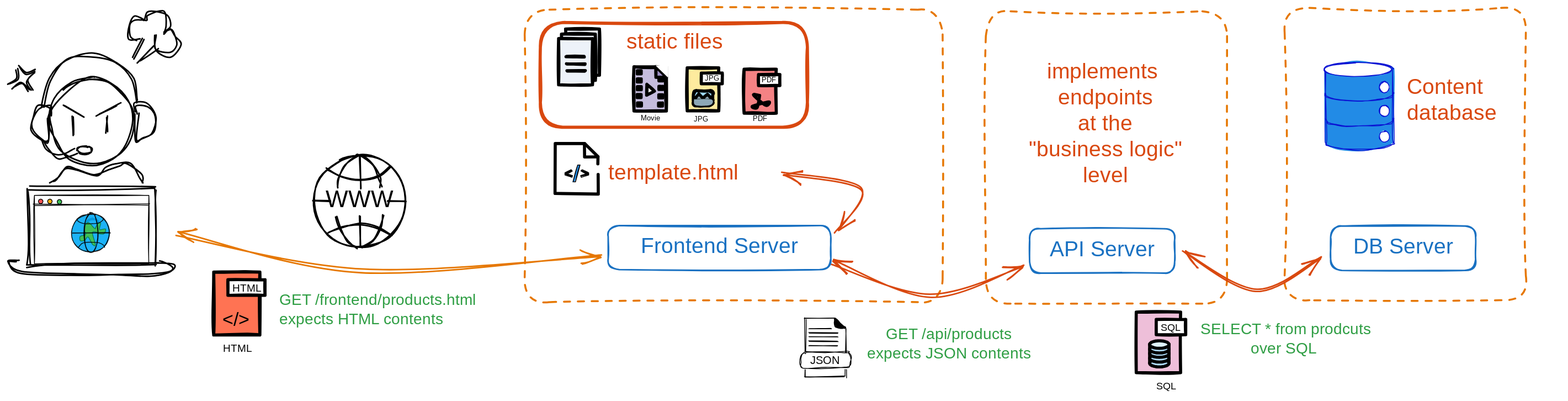
This is notebooks/media/site-html-api-db.excalidraw.svg from ue22-p25/backend, a Excalidraw export, as it was before one commit. Source tidied: one line per element, renumbered; positions are measured from the earlier drawing's top-left corner, leaving out a move shared by most shapes.
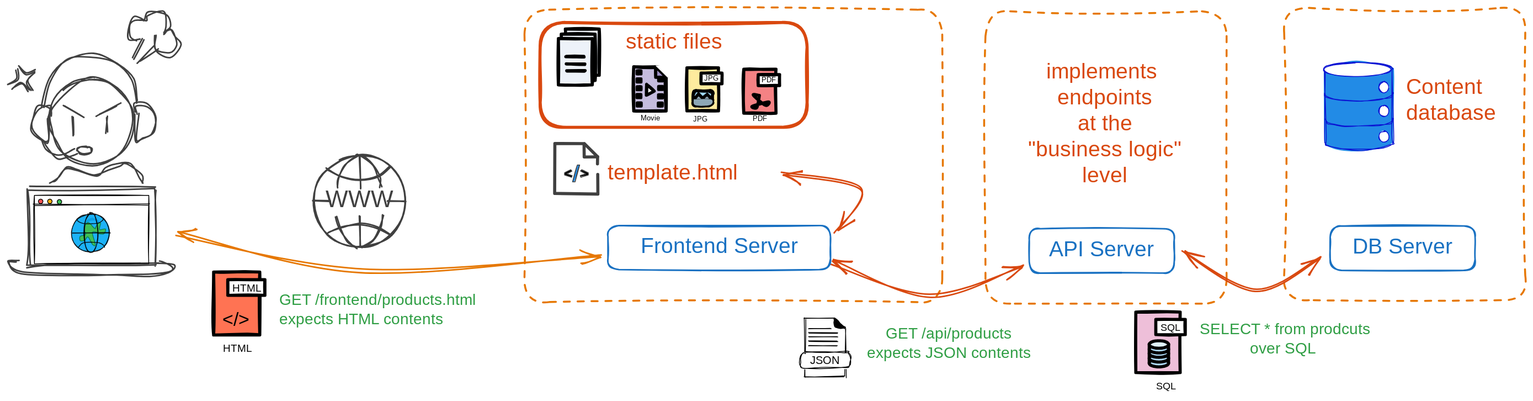
After the commit.

Diff of the diagram source:
```diff
@@ -1,24 +1,24 @@
-{"id": 0, "type": "ellipse", "strokeColor": "#000", "strokeWidth": 2, "roughness": 2, "round": true, "x": 55, "y": 91, "width": 108, "height": 112}
+{"id": 0, "type": "ellipse", "strokeColor": "#404040", "strokeWidth": 2, "roughness": 2, "round": true, "x": 55, "y": 92, "width": 108, "height": 112}
-{"id": 1, "type": "line", "strokeColor": "#000", "strokeWidth": 2, "roughness": 2, "round": true, "x": 55, "y": 140, "width": 25, "height": 44, "points": [[0, 0], [0, -13], [-14, -11], [-25, 5], [-22, 22], [-10, 30], [0, 31], [0, 0]]}
+{"id": 1, "type": "line", "strokeColor": "#404040", "strokeWidth": 2, "roughness": 2, "round": true, "x": 55, "y": 140, "width": 25, "height": 44, "points": [[0, 0], [0, -13], [-14, -11], [-25, 5], [-22, 22], [-10, 30], [0, 31], [0, 0]]}
-{"id": 2, "type": "line", "strokeColor": "#000", "strokeWidth": 2, "roughness": 2, "round": true, "x": 167, "y": 138, "width": 24, "height": 44, "points": [[0, 0], [0, -13], [14, -11], [24, 5], [22, 22], [10, 30], [0, 31], [0, 0]]}
+{"id": 2, "type": "line", "strokeColor": "#404040", "strokeWidth": 2, "roughness": 2, "round": true, "x": 167, "y": 138, "width": 24, "height": 44, "points": [[0, 0], [0, -13], [14, -11], [24, 5], [22, 22], [10, 30], [0, 31], [0, 0]]}
-{"id": 3, "type": "line", "strokeColor": "#000", "strokeWidth": 2, "roughness": 2, "round": true, "x": 47, "y": 127, "width": 122, "height": 64, "points": [[0, 0], [7, -33], [29, -58], [61, -64], [94, -58], [114, -37], [122, -3]]}
+{"id": 3, "type": "line", "strokeColor": "#404040", "strokeWidth": 2, "roughness": 2, "round": true, "x": 47, "y": 127, "width": 122, "height": 64, "points": [[0, 0], [7, -33], [29, -58], [61, -64], [94, -58], [114, -37], [122, -3]]}
-{"id": 4, "type": "line", "strokeColor": "#000", "strokeWidth": 2, "roughness": 2, "round": true, "x": 45, "y": 171, "width": 46, "height": 23, "points": [[0, 0], [6, 13], [17, 23], [32, 22], [46, 15]]}
+{"id": 4, "type": "line", "strokeColor": "#404040", "strokeWidth": 2, "roughness": 2, "round": true, "x": 45, "y": 171, "width": 46, "height": 23, "points": [[0, 0], [6, 13], [17, 23], [32, 22], [46, 15]]}
-{"id": 5, "type": "ellipse", "strokeColor": "#000", "strokeWidth": 2, "roughness": 2, "round": true, "x": 90, "y": 180, "width": 20, "height": 9}
+{"id": 5, "type": "ellipse", "strokeColor": "#404040", "strokeWidth": 2, "roughness": 2, "round": true, "x": 90, "y": 180, "width": 20, "height": 9}
-{"id": 6, "type": "rectangle", "strokeColor": "#000", "strokeWidth": 2, "roughness": 2, "x": 27, "y": 234, "width": 165, "height": 99}
+{"id": 6, "type": "rectangle", "strokeColor": "#404040", "strokeWidth": 2, "roughness": 2, "x": 27, "y": 234, "width": 165, "height": 99}
-{"id": 7, "type": "ellipse", "strokeColor": "#000", "strokeWidth": 2, "roughness": 2, "x": 102, "y": 273, "width": 16, "height": 16}
+{"id": 7, "type": "ellipse", "strokeColor": "#404040", "strokeWidth": 2, "roughness": 2, "x": 102, "y": 274, "width": 16, "height": 16}
-{"id": 8, "type": "line", "strokeColor": "#000", "strokeWidth": 2, "roughness": 2, "round": true, "x": 74, "y": 125, "width": 23, "height": 15, "points": [[0, 0], [23, 15]]}
+{"id": 8, "type": "line", "strokeColor": "#404040", "strokeWidth": 2, "roughness": 2, "round": true, "x": 74, "y": 126, "width": 23, "height": 15, "points": [[0, 0], [23, 15]]}
-{"id": 9, "type": "line", "strokeColor": "#000", "strokeWidth": 2, "roughness": 2, "round": true, "x": 116, "y": 140, "width": 27, "height": 16, "points": [[0, 0], [27, -16]]}
+{"id": 9, "type": "line", "strokeColor": "#404040", "strokeWidth": 2, "roughness": 2, "round": true, "x": 116, "y": 141, "width": 27, "height": 16, "points": [[0, 0], [27, -16]]}
-{"id": 10, "type": "line", "strokeColor": "#000", "strokeWidth": 2, "roughness": 2, "round": true, "x": 1, "y": 98, "width": 12, "height": 18, "points": [[0, 0], [12, -6], [11, -18]]}
+{"id": 10, "type": "line", "strokeColor": "#404040", "strokeWidth": 2, "roughness": 2, "round": true, "x": 1, "y": 98, "width": 12, "height": 18, "points": [[0, 0], [12, -6], [11, -18]]}
-{"id": 11, "type": "line", "strokeColor": "#000", "angle": 4.38, "strokeWidth": 2, "roughness": 2, "round": true, "x": 11, "y": 113, "width": 12, "height": 18, "points": [[0, 0], [12, -6], [11, -18]]}
+{"id": 11, "type": "line", "strokeColor": "#404040", "angle": 4.38, "strokeWidth": 2, "roughness": 2, "round": true, "x": 11, "y": 114, "width": 12, "height": 18, "points": [[0, 0], [12, -6], [11, -18]]}
-{"id": 12, "type": "line", "strokeColor": "#000", "angle": 2.77, "strokeWidth": 2, "roughness": 2, "round": true, "x": 27, "y": 105, "width": 12, "height": 18, "points": [[0, 0], [12, -6], [11, -18]]}
+{"id": 12, "type": "line", "strokeColor": "#404040", "angle": 2.77, "strokeWidth": 2, "roughness": 2, "round": true, "x": 27, "y": 105, "width": 12, "height": 18, "points": [[0, 0], [12, -6], [11, -18]]}
-{"id": 13, "type": "line", "strokeColor": "#000", "angle": 1.31, "strokeWidth": 2, "roughness": 2, "round": true, "x": 20, "y": 88, "width": 12, "height": 18, "points": [[0, 0], [12, -6], [11, -18]]}
+{"id": 13, "type": "line", "strokeColor": "#404040", "angle": 1.31, "strokeWidth": 2, "roughness": 2, "round": true, "x": 20, "y": 88, "width": 12, "height": 18, "points": [[0, 0], [12, -6], [11, -18]]}
-{"id": 14, "type": "line", "strokeColor": "#000", "strokeWidth": 2, "roughness": 2, "round": true, "x": 163, "y": 65, "width": 12, "height": 25, "points": [[0, 0], [12, -25]]}
+{"id": 14, "type": "line", "strokeColor": "#404040", "strokeWidth": 2, "roughness": 2, "round": true, "x": 163, "y": 65, "width": 12, "height": 25, "points": [[0, 0], [12, -25]]}
-{"id": 15, "type": "line", "strokeColor": "#000", "strokeWidth": 2, "roughness": 2, "round": true, "x": 171, "y": 72, "width": 21, "height": 23, "points": [[0, 0], [21, -23]]}
+{"id": 15, "type": "line", "strokeColor": "#404040", "strokeWidth": 2, "roughness": 2, "round": true, "x": 171, "y": 72, "width": 21, "height": 23, "points": [[0, 0], [21, -23]]}
-{"id": 16, "type": "line", "strokeColor": "#000", "strokeWidth": 2, "roughness": 2, "round": true, "x": 169, "y": 42, "width": 64, "height": 56, "points": [[0, 0], [-10, -5], [-12, -18], [-2, -27], [7, -26], [9, -25], [13, -34], [24, -38], [37, -32], [40, -19], [35, -11], [41, -13], [50, -7], [53, 8], [42, 18], [25, 12], [22, -4]]}
+{"id": 16, "type": "line", "strokeColor": "#404040", "strokeWidth": 2, "roughness": 2, "round": true, "x": 169, "y": 42, "width": 64, "height": 56, "points": [[0, 0], [-10, -5], [-12, -18], [-2, -27], [7, -26], [9, -25], [13, -34], [24, -38], [37, -32], [40, -19], [35, -11], [41, -13], [50, -7], [53, 8], [42, 18], [25, 12], [22, -4]]}
-{"id": 17, "type": "line", "strokeColor": "#000", "strokeWidth": 2, "roughness": 2, "round": true, "x": 85, "y": 141, "width": 0, "height": 24, "points": [[0, 0], [0, 24]]}
+{"id": 17, "type": "line", "strokeColor": "#404040", "strokeWidth": 2, "roughness": 2, "round": true, "x": 85, "y": 141, "width": 0, "height": 24, "points": [[0, 0], [0, 24]]}
-{"id": 18, "type": "line", "strokeColor": "#000", "strokeWidth": 2, "roughness": 2, "round": true, "x": 129, "y": 141, "width": 1, "height": 21, "points": [[0, 0], [-1, 21]]}
+{"id": 18, "type": "line", "strokeColor": "#404040", "strokeWidth": 2, "roughness": 2, "round": true, "x": 129, "y": 141, "width": 1, "height": 21, "points": [[0, 0], [-1, 21]]}
-{"id": 19, "type": "line", "strokeColor": "#000", "strokeWidth": 2, "roughness": 2, "round": true, "x": 56, "y": 225, "width": 120, "height": 25, "points": [[0, 0], [11, -6], [21, -19], [35, -14], [58, -10], [74, -15], [88, -22], [99, -25], [116, -9], [120, -1]]}
+{"id": 19, "type": "line", "strokeColor": "#404040", "strokeWidth": 2, "roughness": 2, "round": true, "x": 56, "y": 225, "width": 120, "height": 25, "points": [[0, 0], [11, -6], [21, -19], [35, -14], [58, -10], [74, -15], [88, -22], [99, -25], [116, -9], [120, -1]]}
-{"id": 20, "type": "line", "strokeColor": "#000", "strokeWidth": 2, "roughness": 2, "round": true, "x": 193, "y": 330, "width": 216, "height": 20, "points": [[0, 0], [23, 2], [19, 13], [-6, 13], [-51, 15], [-101, 14], [-174, 12], [-193, 0], [-180, -5]]}
+{"id": 20, "type": "line", "strokeColor": "#404040", "strokeWidth": 2, "roughness": 2, "round": true, "x": 193, "y": 331, "width": 216, "height": 20, "points": [[0, 0], [23, 2], [19, 13], [-6, 13], [-51, 15], [-101, 14], [-174, 12], [-193, 0], [-180, -5]]}
 {"id": 21, "type": "rectangle", "strokeColor": "#000000", "strokeWidth": 1, "roughness": 1, "x": 35, "y": 242, "width": 148, "height": 89}
 {"id": 22, "type": "line", "strokeColor": "#000000", "strokeWidth": 1, "roughness": 1, "round": true, "x": 34, "y": 255, "width": 149, "height": 0, "points": [[0, 0], [149, 0]]}
 {"id": 23, "type": "ellipse", "strokeColor": "#000000", "backgroundColor": "#fa5252", "fillStyle": "solid", "strokeWidth": 1, "roughness": 0, "x": 40, "y": 247, "width": 6, "height": 6}
@@ -45,23 +45,23 @@
 {"id": 44, "type": "line", "strokeColor": "#000000", "backgroundColor": "#ffffff", "fillStyle": "solid", "strokeWidth": 1, "roughness": 1, "round": true, "x": 1038, "y": 431, "width": 37, "height": 0, "points": [[0, 0], [37, 0]]}
 {"id": 45, "type": "line", "strokeColor": "#000000", "backgroundColor": "#ffffff", "fillStyle": "solid", "strokeWidth": 1, "roughness": 1, "round": true, "x": 1037, "y": 437, "width": 37, "height": 0, "points": [[0, 0], [37, 0]]}
 {"id": 46, "type": "rectangle", "strokeColor": "#e67700", "strokeWidth": 2, "strokeStyle": "dashed", "roughness": 2, "round": true, "x": 670, "y": 2, "width": 541, "height": 378}
-{"id": 47, "type": "ellipse", "strokeColor": "#000000", "strokeWidth": 2, "roughness": 1, "x": 397, "y": 190, "width": 119, "height": 119}
+{"id": 47, "type": "ellipse", "strokeColor": "#404040", "strokeWidth": 2, "roughness": 1, "x": 397, "y": 190, "width": 119, "height": 119}
-{"id": 48, "type": "line", "strokeColor": "#000000", "strokeWidth": 2, "roughness": 1, "round": true, "x": 414, "y": 208, "width": 81, "height": 18, "points": [[0, 0], [18, 10], [42, 15], [66, 9], [81, -3]]}
+{"id": 48, "type": "line", "strokeColor": "#404040", "strokeWidth": 2, "roughness": 1, "round": true, "x": 414, "y": 208, "width": 81, "height": 18, "points": [[0, 0], [18, 10], [42, 15], [66, 9], [81, -3]]}
-{"id": 49, "type": "line", "strokeColor": "#000000", "strokeWidth": 2, "roughness": 1, "round": true, "x": 415, "y": 292, "width": 81, "height": 14, "points": [[0, 0], [18, -8], [42, -12], [66, -7], [81, 2]]}
+{"id": 49, "type": "line", "strokeColor": "#404040", "strokeWidth": 2, "roughness": 1, "round": true, "x": 415, "y": 292, "width": 81, "height": 14, "points": [[0, 0], [18, -8], [42, -12], [66, -7], [81, 2]]}
-{"id": 50, "type": "text", "text": "WWW", "strokeColor": "#000000", "strokeWidth": 2, "roughness": 1, "fontSize": 30.63, "fontFamily": 1, "textAlign": "center", "verticalAlign": "middle", "x": 422, "y": 232, "width": 69, "height": 36}
+{"id": 50, "type": "text", "text": "WWW", "strokeColor": "#404040", "strokeWidth": 2, "roughness": 1, "fontSize": 30.63, "fontFamily": 1, "textAlign": "center", "verticalAlign": "middle", "x": 422, "y": 232, "width": 69, "height": 36}
-{"id": 51, "type": "line", "strokeColor": "#000000", "strokeWidth": 2, "roughness": 1, "round": true, "x": 454, "y": 191, "width": 26, "height": 41, "points": [[0, 0], [-16, 12], [-24, 29], [-26, 41]]}
+{"id": 51, "type": "line", "strokeColor": "#404040", "strokeWidth": 2, "roughness": 1, "round": true, "x": 454, "y": 191, "width": 26, "height": 41, "points": [[0, 0], [-16, 12], [-24, 29], [-26, 41]]}
-{"id": 52, "type": "line", "strokeColor": "#000000", "strokeWidth": 2, "roughness": 1, "round": true, "x": 426, "y": 270, "width": 28, "height": 40, "points": [[0, 0], [5, 16], [15, 31], [28, 40]]}
+{"id": 52, "type": "line", "strokeColor": "#404040", "strokeWidth": 2, "roughness": 1, "round": true, "x": 426, "y": 270, "width": 28, "height": 40, "points": [[0, 0], [5, 16], [15, 31], [28, 40]]}
-{"id": 53, "type": "line", "strokeColor": "#000000", "strokeWidth": 2, "roughness": 1, "round": true, "x": 458, "y": 191, "width": 26, "height": 40, "points": [[0, 0], [16, 12], [24, 29], [26, 40]]}
+{"id": 53, "type": "line", "strokeColor": "#404040", "strokeWidth": 2, "roughness": 1, "round": true, "x": 458, "y": 191, "width": 26, "height": 40, "points": [[0, 0], [16, 12], [24, 29], [26, 40]]}
-{"id": 54, "type": "line", "strokeColor": "#000000", "strokeWidth": 2, "roughness": 1, "round": true, "x": 487, "y": 268, "width": 26, "height": 41, "points": [[0, 0], [-5, 16], [-14, 32], [-26, 41]]}
+{"id": 54, "type": "line", "strokeColor": "#404040", "strokeWidth": 2, "roughness": 1, "round": true, "x": 487, "y": 268, "width": 26, "height": 41, "points": [[0, 0], [-5, 16], [-14, 32], [-26, 41]]}
-{"id": 55, "type": "line", "strokeColor": "#000000", "strokeWidth": 2, "roughness": 1, "round": true, "x": 456, "y": 191, "width": 1, "height": 43, "points": [[0, 0], [1, 43]]}
+{"id": 55, "type": "line", "strokeColor": "#404040", "strokeWidth": 2, "roughness": 1, "round": true, "x": 456, "y": 191, "width": 1, "height": 43, "points": [[0, 0], [1, 43]]}
-{"id": 56, "type": "line", "strokeColor": "#000000", "strokeWidth": 2, "roughness": 1, "round": true, "x": 457, "y": 309, "width": 0, "height": 40, "points": [[0, 0], [0, -40]]}
+{"id": 56, "type": "line", "strokeColor": "#404040", "strokeWidth": 2, "roughness": 1, "round": true, "x": 457, "y": 309, "width": 0, "height": 40, "points": [[0, 0], [0, -40]]}
-{"id": 57, "type": "line", "strokeColor": "#000000", "strokeWidth": 2, "roughness": 1, "round": true, "x": 396, "y": 249, "width": 22, "height": 1, "points": [[0, 0], [22, 1]]}
+{"id": 57, "type": "line", "strokeColor": "#404040", "strokeWidth": 2, "roughness": 1, "round": true, "x": 396, "y": 249, "width": 22, "height": 1, "points": [[0, 0], [22, 1]]}
-{"id": 58, "type": "line", "strokeColor": "#000000", "strokeWidth": 2, "roughness": 1, "round": true, "x": 516, "y": 250, "width": 24, "height": 0, "points": [[0, 0], [-24, 0]]}
+{"id": 58, "type": "line", "strokeColor": "#404040", "strokeWidth": 2, "roughness": 1, "round": true, "x": 516, "y": 250, "width": 24, "height": 0, "points": [[0, 0], [-24, 0]]}
-{"id": 59, "type": "line", "strokeColor": "#000", "backgroundColor": "#ff00", "fillStyle": "solid", "strokeWidth": 4, "roughness": 0, "x": 764, "y": 202, "width": 56, "height": 65, "points": [[0, 0], [0, -9], [-17, -26], [-55, -26], [-55, 38], [1, 39], [0, 13]]}
+{"id": 59, "type": "line", "strokeColor": "#404040", "backgroundColor": "#ff00", "fillStyle": "solid", "strokeWidth": 4, "roughness": 0, "x": 764, "y": 202, "width": 56, "height": 65, "points": [[0, 0], [0, -9], [-17, -26], [-55, -26], [-55, 38], [1, 39], [0, 13]]}
-{"id": 60, "type": "line", "strokeColor": "#000", "backgroundColor": "#ff00", "fillStyle": "solid", "strokeWidth": 4, "roughness": 0, "x": 747, "y": 176, "width": 17, "height": 17, "points": [[0, 0], [0, 17], [17, 16]]}
+{"id": 60, "type": "line", "strokeColor": "#404040", "backgroundColor": "#ff00", "fillStyle": "solid", "strokeWidth": 4, "roughness": 0, "x": 747, "y": 176, "width": 17, "height": 17, "points": [[0, 0], [0, 17], [17, 16]]}
-{"id": 61, "type": "line", "strokeColor": "#000000", "backgroundColor": "#000000", "fillStyle": "solid", "strokeWidth": 1, "roughness": 1, "x": 730, "y": 209, "width": 10, "height": 10, "points": [[0, 0], [1, 2], [-5, 5], [2, 8], [1, 10], [-8, 7], [-8, 4], [0, 0]]}
+{"id": 61, "type": "line", "strokeColor": "#404040", "backgroundColor": "#000000", "fillStyle": "solid", "strokeWidth": 1, "roughness": 1, "x": 730, "y": 209, "width": 10, "height": 10, "points": [[0, 0], [1, 2], [-5, 5], [2, 8], [1, 10], [-8, 7], [-8, 4], [0, 0]]}
-{"id": 62, "type": "line", "strokeColor": "#000000", "backgroundColor": "#000000", "fillStyle": "solid", "strokeWidth": 1, "roughness": 1, "x": 744, "y": 209, "width": 10, "height": 10, "points": [[0, 0], [-1, 2], [5, 5], [-2, 8], [-1, 10], [9, 7], [9, 4], [0, 0]]}
+{"id": 62, "type": "line", "strokeColor": "#404040", "backgroundColor": "#000000", "fillStyle": "solid", "strokeWidth": 1, "roughness": 1, "x": 744, "y": 209, "width": 10, "height": 10, "points": [[0, 0], [-1, 2], [5, 5], [-2, 8], [-1, 10], [9, 7], [9, 4], [0, 0]]}
-{"id": 63, "type": "line", "strokeColor": "#000000", "backgroundColor": "#228be6", "fillStyle": "solid", "strokeWidth": 1, "roughness": 1, "x": 732, "y": 225, "width": 9, "height": 22, "points": [[0, 0], [6, -22], [9, -22], [3, 0], [0, 0]]}
+{"id": 63, "type": "line", "strokeColor": "#404040", "backgroundColor": "#228be6", "fillStyle": "solid", "strokeWidth": 1, "roughness": 1, "x": 732, "y": 225, "width": 9, "height": 22, "points": [[0, 0], [6, -22], [9, -22], [3, 0], [0, 0]]}
 {"id": 64, "type": "text", "text": "template.html", "strokeColor": "#d9480f", "backgroundColor": "#ffffff", "fillStyle": "solid", "strokeWidth": 4, "roughness": 1, "fontSize": 28, "fontFamily": 3, "x": 777, "y": 196, "width": 213, "height": 34}
 {"id": 65, "type": "rectangle", "strokeColor": "#000000", "backgroundColor": "#edf2f9", "fillStyle": "solid", "strokeWidth": 4, "roughness": 1, "x": 722, "y": 27, "width": 44, "height": 60}
 {"id": 66, "type": "rectangle", "strokeColor": "#000000", "backgroundColor": "#edf2f9", "fillStyle": "solid", "strokeWidth": 4, "roughness": 1, "x": 717, "y": 34, "width": 44, "height": 60}
```
